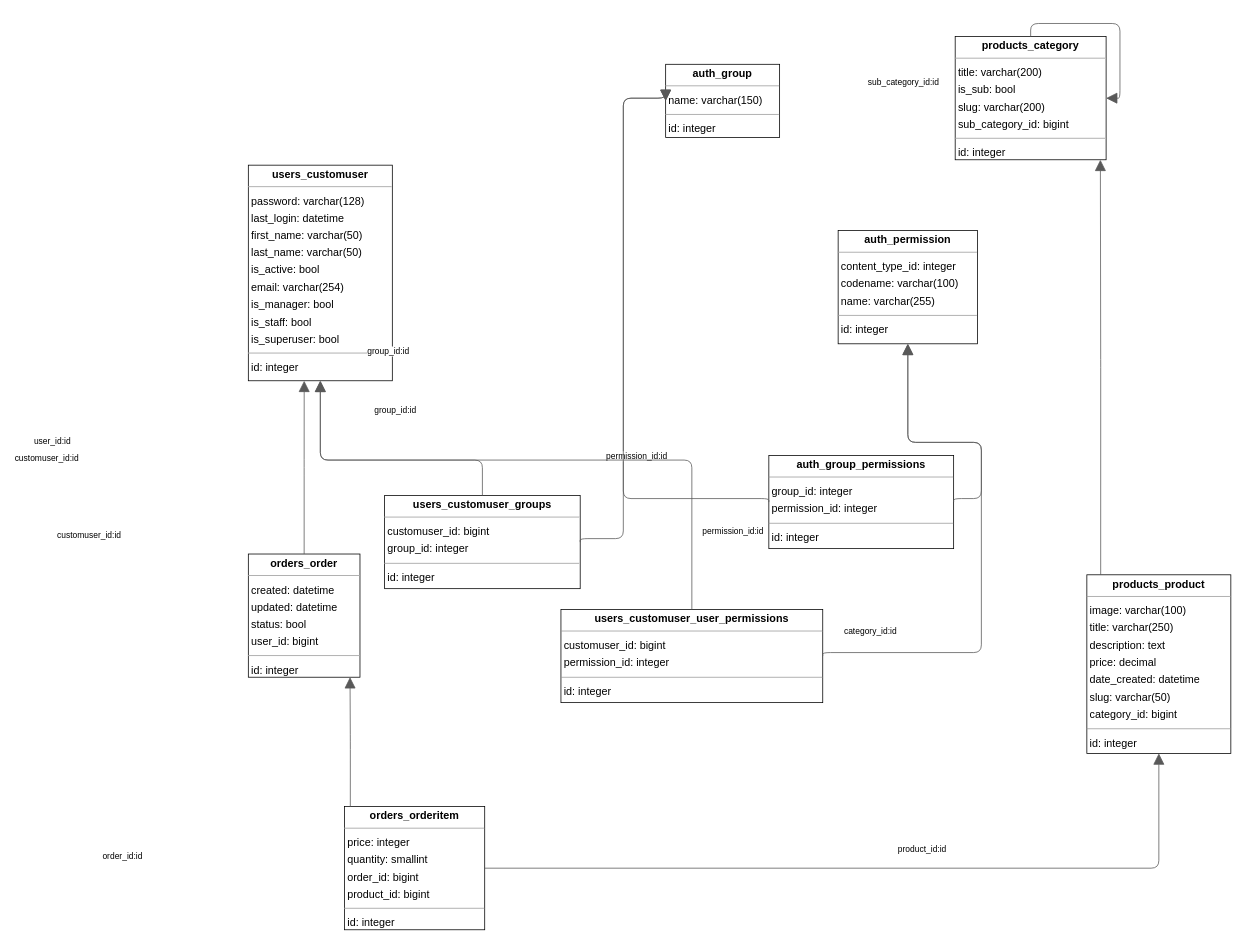
The draw.io diagram db_main_full.drawio in AlmasZh/django-shop-app, before the edit. Source tidied: cells renumbered, new cells numbered last; positions are measured from the earlier drawing's top-left corner, leaving out a move shared by most shapes. Both pictures are drawn from the tidied source at 77%, with x=0, y=0 at pixel (236, 23).
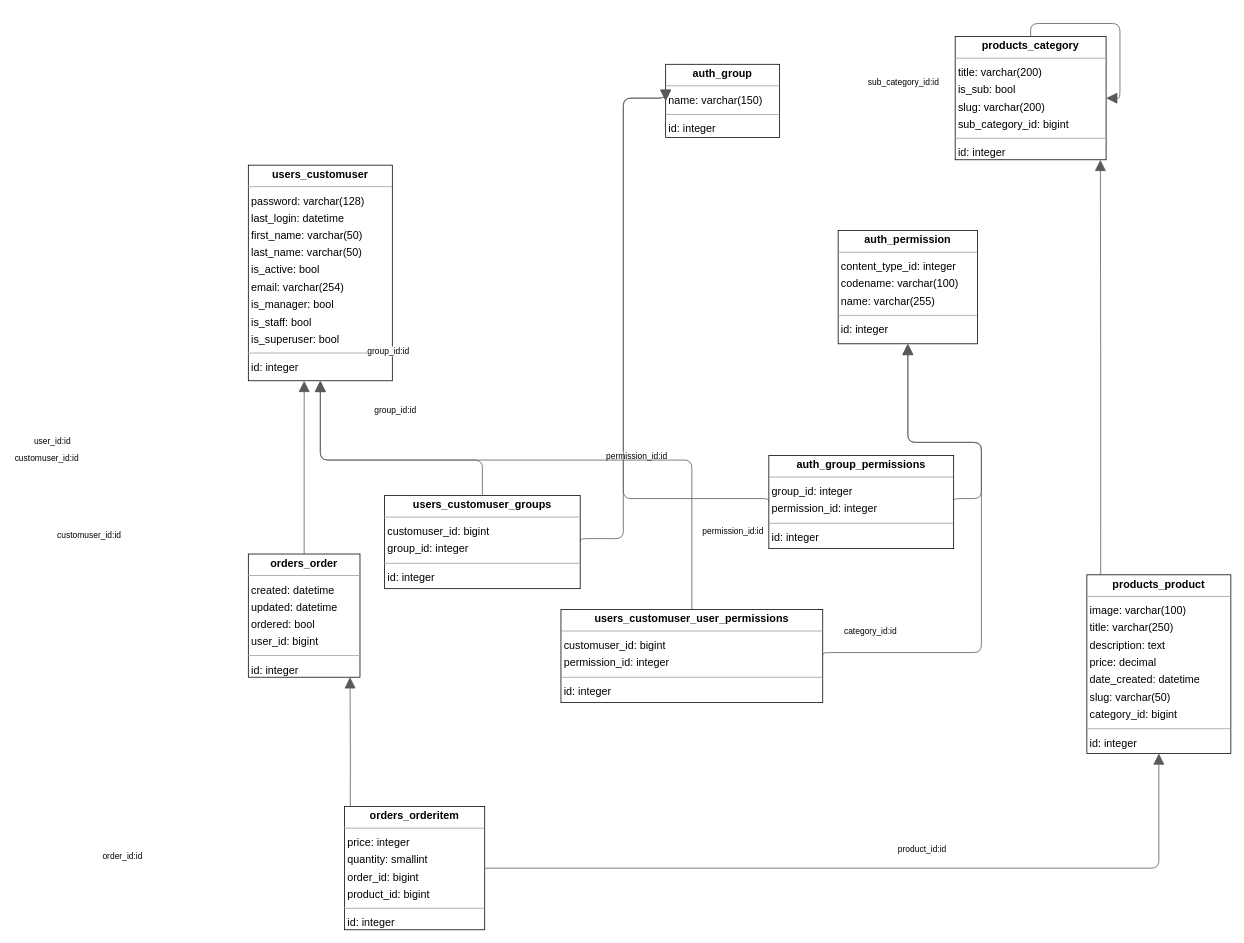
Above is the later version.

Commit message (it also covers changes not shown here):
add Order and OrderItem models

Diff of the diagram source:
```diff
@@
-    <mxCell id="5" value="&lt;p style=&quot;margin:0px;margin-top:4px;text-align:center;&quot;&gt;&lt;b&gt;orders_order&lt;/b&gt;&lt;/p&gt;&lt;hr size=&quot;1&quot;/&gt;&lt;p style=&quot;margin:0 0 0 4px;line-height:1.6;&quot;&gt; created: datetime&lt;br/&gt; updated: datetime&lt;br/&gt; status: bool&lt;br/&gt; user_id: bigint&lt;/p&gt;&lt;hr size=&quot;1&quot;/&gt;&lt;p style=&quot;margin:0 0 0 4px;line-height:1.6;&quot;&gt; id: integer&lt;/p&gt;" style="verticalAlign=top;align=left;overflow=fill;fontSize=14;fontFamily=Helvetica;html=1;rounded=0;shadow=0;comic=0;labelBackgroundColor=none;strokeWidth=1;" parent="1" vertex="1">
+    <mxCell id="5" value="&lt;p style=&quot;margin:0px;margin-top:4px;text-align:center;&quot;&gt;&lt;b&gt;orders_order&lt;/b&gt;&lt;/p&gt;&lt;hr size=&quot;1&quot;&gt;&lt;p style=&quot;margin:0 0 0 4px;line-height:1.6;&quot;&gt; created: datetime&lt;br&gt; updated: datetime&lt;br&gt; ordered: bool&lt;br&gt; user_id: bigint&lt;/p&gt;&lt;hr size=&quot;1&quot;&gt;&lt;p style=&quot;margin:0 0 0 4px;line-height:1.6;&quot;&gt; id: integer&lt;/p&gt;" style="verticalAlign=top;align=left;overflow=fill;fontSize=14;fontFamily=Helvetica;html=1;rounded=0;shadow=0;comic=0;labelBackgroundColor=none;strokeWidth=1;" parent="1" vertex="1">
       <mxGeometry x="16" y="689" width="145" height="160" as="geometry" />
     </mxCell>
```
